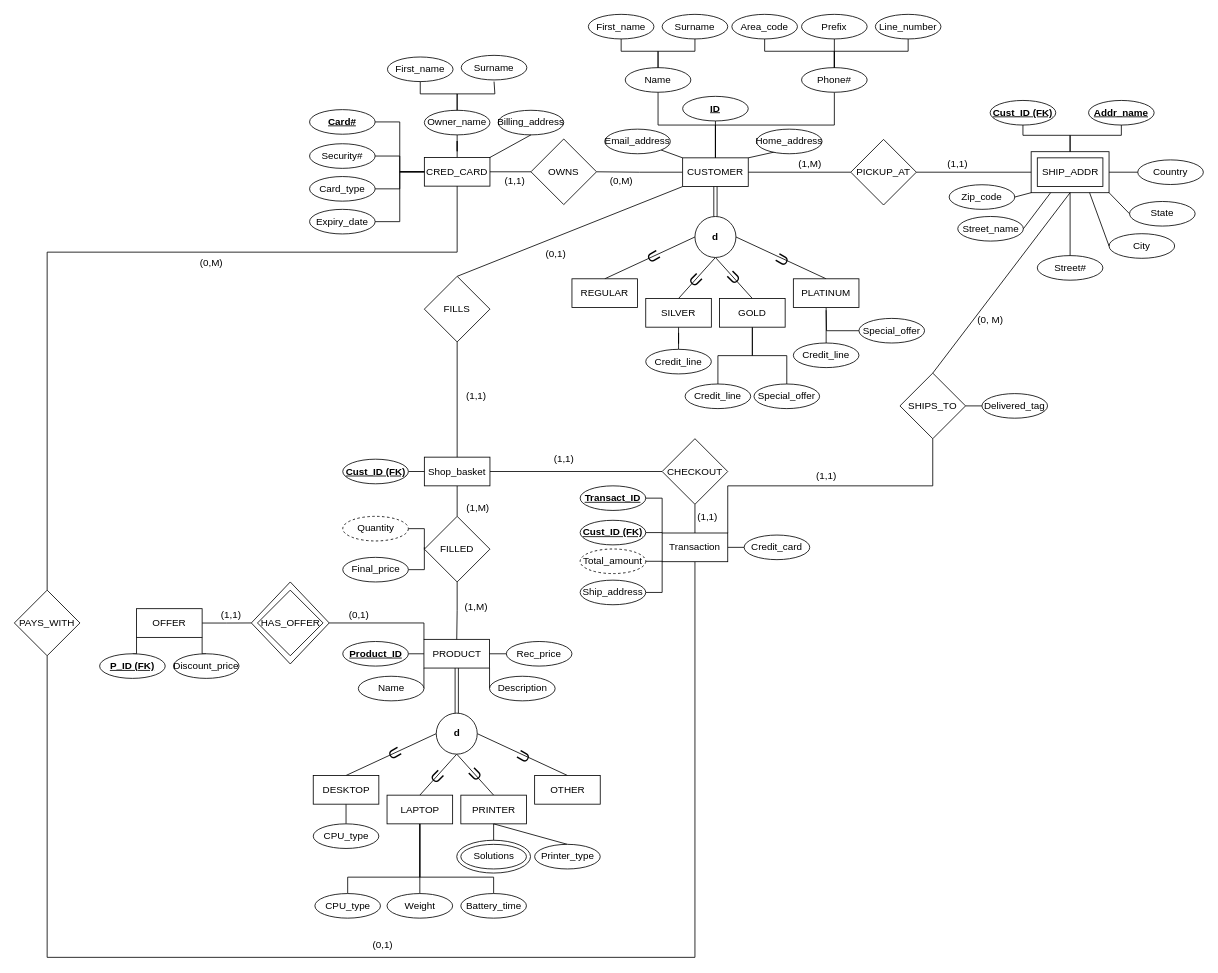
Above: Project-Deliverable-1.drawio in RyBres/Database-Project (draw.io), before the change. Source tidied: cells renumbered, new cells numbered last; positions are measured from the earlier drawing's top-left corner, leaving out a move shared by most shapes. Both pictures are drawn from the tidied source at 82%, with x=0, y=0 at pixel (14, 14).
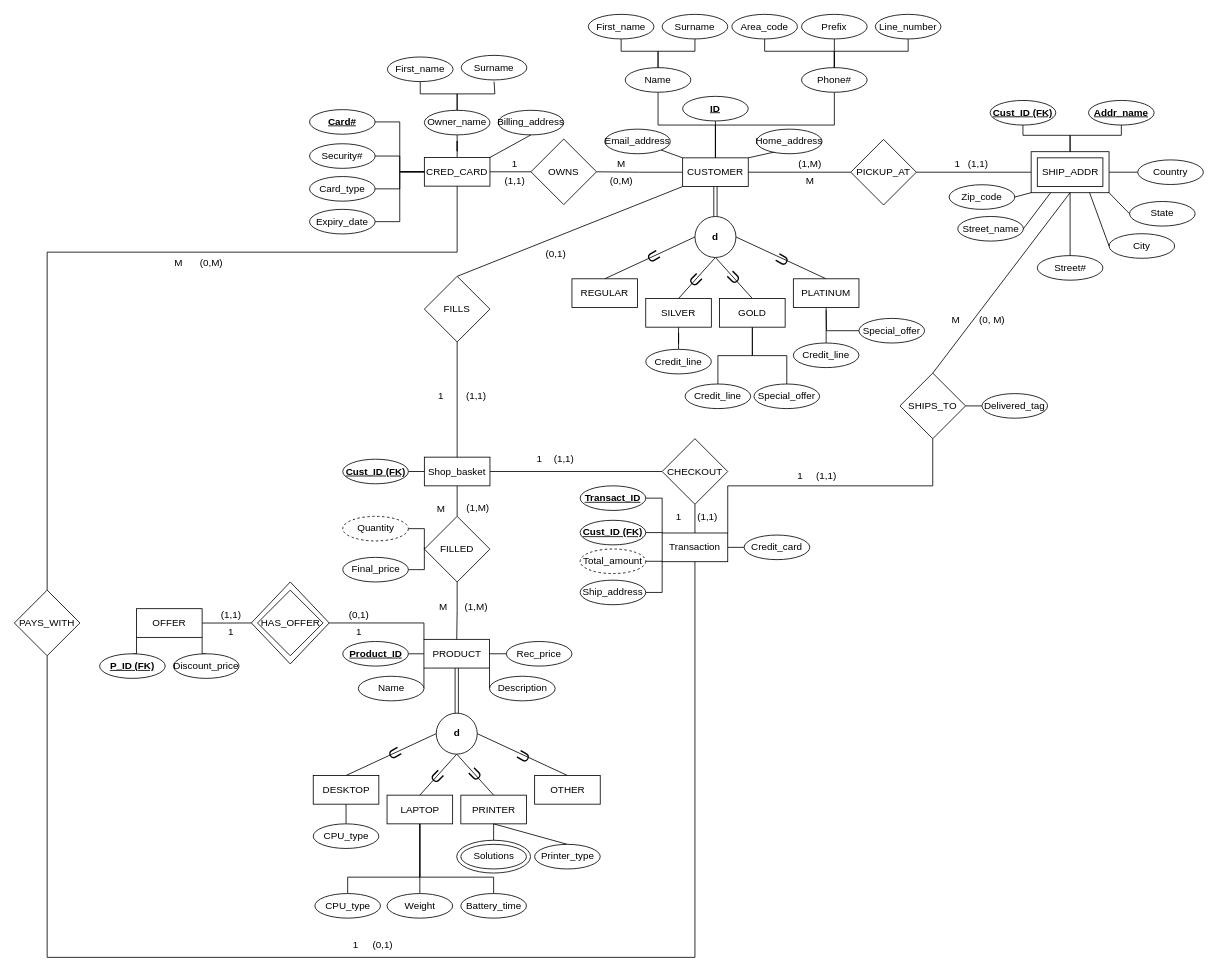
The same diagram, later.

Commit message:
Finished traditional cardinality

The edit, as a diff of the source:
```diff
@@
     <mxCell id="178" value="(0, M)" style="text;html=1;align=center;verticalAlign=middle;strokeColor=none;fillColor=none;" parent="1" vertex="1">
-      <mxGeometry x="1165" y="358" width="50" height="30" as="geometry" />
+      <mxGeometry x="1167" y="358" width="50" height="30" as="geometry" />
     </mxCell>
@@
     <mxCell id="191" value="(1,1)" style="text;html=1;align=center;verticalAlign=middle;strokeColor=none;fillColor=none;" parent="1" vertex="1">
-      <mxGeometry x="1125" y="168" width="50" height="30" as="geometry" />
+      <mxGeometry x="1150" y="168" width="50" height="30" as="geometry" />
     </mxCell>
@@
+    <mxCell id="193" value="1" style="text;html=1;align=center;verticalAlign=middle;strokeColor=none;fillColor=none;" parent="1" vertex="1">
+      <mxGeometry x="795" y="597.5" width="30" height="30" as="geometry" />
+    </mxCell>
+    <mxCell id="194" value="1" style="text;html=1;align=center;verticalAlign=middle;strokeColor=none;fillColor=none;" parent="1" vertex="1">
+      <mxGeometry x="624.5" y="528" width="30" height="30" as="geometry" />
+    </mxCell>
+    <mxCell id="195" value="1" style="text;html=1;align=center;verticalAlign=middle;strokeColor=none;fillColor=none;" parent="1" vertex="1">
+      <mxGeometry x="943" y="548" width="30" height="30" as="geometry" />
+    </mxCell>
+    <mxCell id="196" value="M" style="text;html=1;align=center;verticalAlign=middle;strokeColor=none;fillColor=none;" parent="1" vertex="1">
+      <mxGeometry x="1133" y="358" width="30" height="30" as="geometry" />
+    </mxCell>
+    <mxCell id="197" value="1" style="text;html=1;align=center;verticalAlign=middle;strokeColor=none;fillColor=none;" parent="1" vertex="1">
+      <mxGeometry x="400.5" y="1120" width="30" height="30" as="geometry" />
+    </mxCell>
+    <mxCell id="198" value="M" style="text;html=1;align=center;verticalAlign=middle;strokeColor=none;fillColor=none;" parent="1" vertex="1">
+      <mxGeometry x="185" y="288" width="30" height="30" as="geometry" />
+    </mxCell>
+    <mxCell id="199" value="1" style="text;html=1;align=center;verticalAlign=middle;strokeColor=none;fillColor=none;" parent="1" vertex="1">
+      <mxGeometry x="594.5" y="168" width="30" height="30" as="geometry" />
+    </mxCell>
+    <mxCell id="200" value="M" style="text;html=1;align=center;verticalAlign=middle;strokeColor=none;fillColor=none;" parent="1" vertex="1">
+      <mxGeometry x="725" y="168" width="30" height="30" as="geometry" />
+    </mxCell>
+    <mxCell id="201" value="1" style="text;html=1;align=center;verticalAlign=middle;strokeColor=none;fillColor=none;" parent="1" vertex="1">
+      <mxGeometry x="504.5" y="450.8" width="30" height="30" as="geometry" />
+    </mxCell>
+    <mxCell id="202" value="M" style="text;html=1;align=center;verticalAlign=middle;strokeColor=none;fillColor=none;" parent="1" vertex="1">
+      <mxGeometry x="505" y="588" width="30" height="30" as="geometry" />
+    </mxCell>
+    <mxCell id="203" value="M" style="text;html=1;align=center;verticalAlign=middle;strokeColor=none;fillColor=none;" parent="1" vertex="1">
+      <mxGeometry x="955" y="188" width="30" height="30" as="geometry" />
+    </mxCell>
+    <mxCell id="204" value="1" style="text;html=1;align=center;verticalAlign=middle;strokeColor=none;fillColor=none;" parent="1" vertex="1">
+      <mxGeometry x="1135" y="168" width="30" height="30" as="geometry" />
+    </mxCell>
+    <mxCell id="205" value="M" style="text;html=1;align=center;verticalAlign=middle;strokeColor=none;fillColor=none;" parent="1" vertex="1">
+      <mxGeometry x="507.5" y="708" width="30" height="30" as="geometry" />
+    </mxCell>
+    <mxCell id="206" value="1" style="text;html=1;align=center;verticalAlign=middle;strokeColor=none;fillColor=none;" parent="1" vertex="1">
+      <mxGeometry x="405" y="738" width="30" height="30" as="geometry" />
+    </mxCell>
+    <mxCell id="207" value="1" style="text;html=1;align=center;verticalAlign=middle;strokeColor=none;fillColor=none;" parent="1" vertex="1">
+      <mxGeometry x="249" y="738" width="30" height="30" as="geometry" />
+    </mxCell>
```
